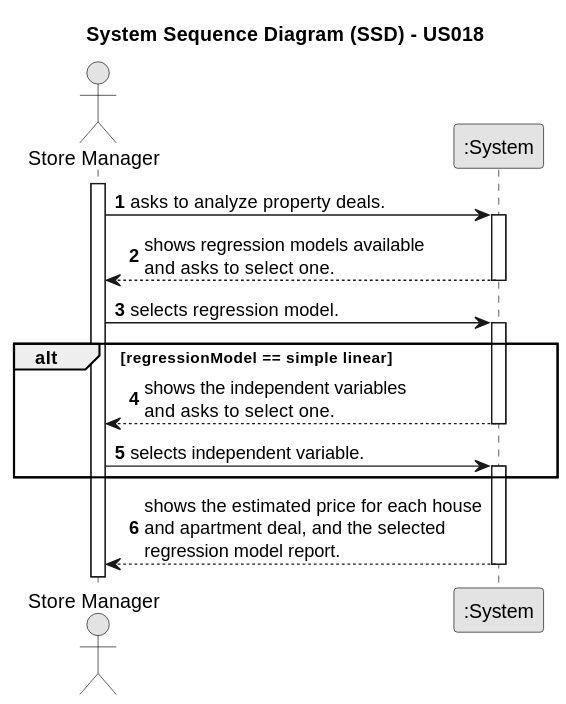
Before: docs/sprintD/us018/01.requirements-engineering/svg/us018-system-sequence-diagram-version-two.svg, a diagram exported from PlantUML (rita-barbosa/LAPR2-2223).
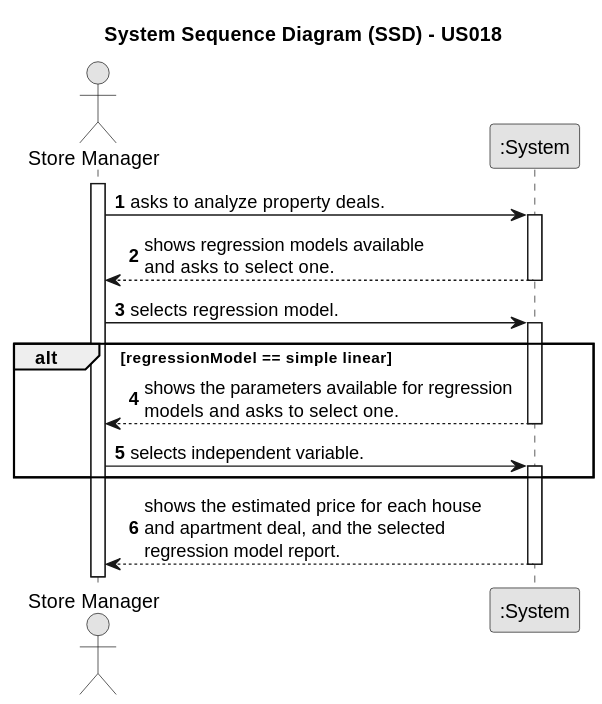
After the commit.

Commit message:
Update sequence diagram: split + partials [US018][Design][#05 Task]

What changed in the source:
```diff
@@ -15,7 +15,6 @@
     Employee -> System : asks to analyze property deals.
     activate System
 
-
     System --> Employee : shows regression models available \nand asks to select one.
     deactivate System
 
@@ -23,7 +22,7 @@
     activate System
 
     alt regressionModel == simple linear
-        System --> Employee: shows the independent variables\nand asks to select one.
+        System --> Employee:  shows the parameters available for regression \nmodels and asks to select one.
          deactivate System
         Employee -> System: selects independent variable.
         activate System
```
